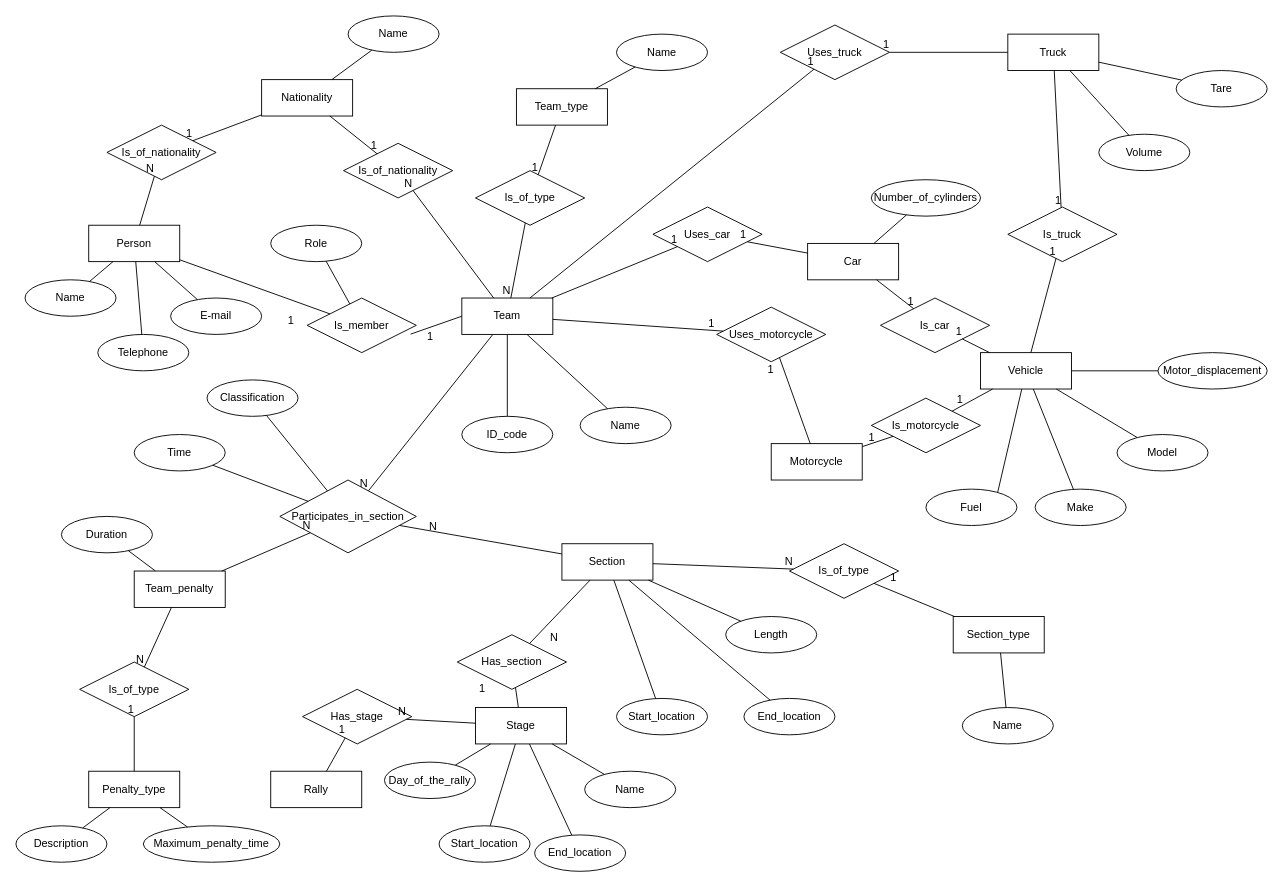
The draw.io diagram M1_ER_diagram.drawio in DanyKrk/ISEP_BDDAD_M1, before the edit. Source tidied: cells renumbered, new cells numbered last; positions are measured from the earlier drawing's top-left corner, leaving out a move shared by most shapes. Both pictures are drawn from the tidied source at 91%, with x=0, y=0 at pixel (15, 15).
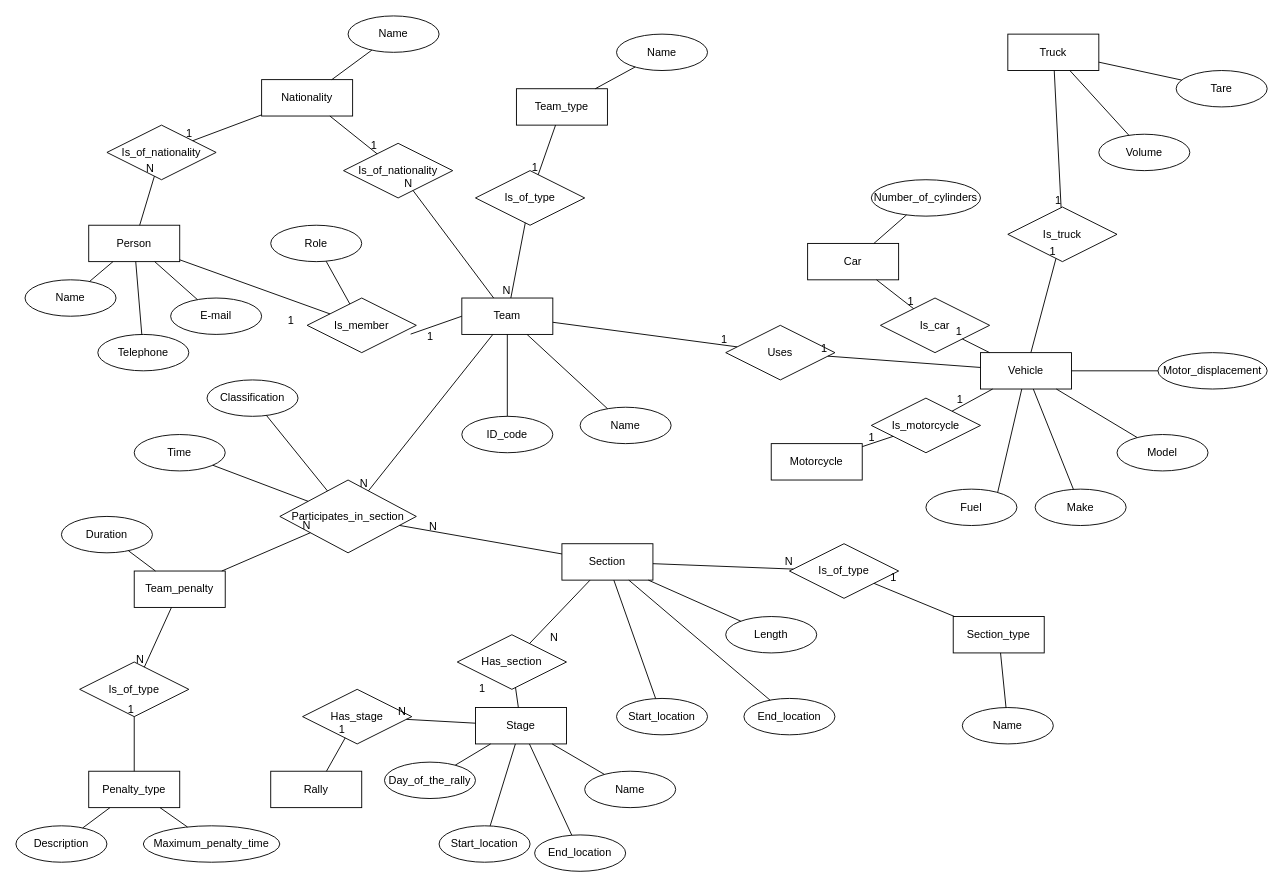
After the change.

Commit message:
Modify connection between team and vehicle

The change refers to these unchanged cells:
```xml
<mxCell id="2" value="Team" style="whiteSpace=wrap;html=1;align=center;" parent="1" vertex="1">
  <mxGeometry x="490" y="310" width="100" height="40" as="geometry" />
</mxCell>
<mxCell id="7" value="Vehicle" style="whiteSpace=wrap;html=1;align=center;" parent="1" vertex="1">
  <mxGeometry x="1060" y="370" width="100" height="40" as="geometry" />
</mxCell>
<mxCell id="16" value="Truck" style="whiteSpace=wrap;html=1;align=center;" parent="1" vertex="1">
  <mxGeometry x="1090" y="20" width="100" height="40" as="geometry" />
</mxCell>
<mxCell id="21" value="Car" style="whiteSpace=wrap;html=1;align=center;" parent="1" vertex="1">
  <mxGeometry x="870" y="250" width="100" height="40" as="geometry" />
</mxCell>
<mxCell id="44" value="Motorcycle" style="whiteSpace=wrap;html=1;align=center;" parent="1" vertex="1">
  <mxGeometry x="830" y="470" width="100" height="40" as="geometry" />
</mxCell>
```

What changed in the source:
```diff
@@
-    <mxCell id="50" value="Uses_motorcycle" style="shape=rhombus;perimeter=rhombusPerimeter;whiteSpace=wrap;html=1;align=center;" parent="1" vertex="1">
-      <mxGeometry x="770" y="320" width="120" height="60" as="geometry" />
-    </mxCell>
-    <mxCell id="51" style="endArrow=none;html=1;rounded=0;" parent="1" edge="1" source="44" target="50">
-      <mxGeometry relative="1" as="geometry" />
-    </mxCell>
-    <mxCell id="52" value="1" style="html=1;align=right;verticalAlign=bottom;" parent="51" vertex="1">
-      <mxGeometry x="1" relative="1" as="geometry">
-        <mxPoint x="-6" y="21" as="offset" />
-      </mxGeometry>
-    </mxCell>
-    <mxCell id="53" style="endArrow=none;html=1;rounded=0;" parent="1" edge="1" source="2" target="50">
+    <mxCell id="53" style="endArrow=none;html=1;rounded=0;" parent="1" edge="1" source="2" target="149">
       <mxGeometry relative="1" as="geometry" />
     </mxCell>
@@
-    <mxCell id="55" value="Uses_car" style="shape=rhombus;perimeter=rhombusPerimeter;whiteSpace=wrap;html=1;align=center;" parent="1" vertex="1">
-      <mxGeometry x="700" y="210" width="120" height="60" as="geometry" />
-    </mxCell>
-    <mxCell id="56" style="endArrow=none;html=1;rounded=0;" parent="1" edge="1" source="21" target="55">
-      <mxGeometry relative="1" as="geometry" />
-    </mxCell>
-    <mxCell id="57" value="1" style="html=1;align=right;verticalAlign=bottom;" parent="56" vertex="1">
-      <mxGeometry x="1" relative="1" as="geometry" />
-    </mxCell>
-    <mxCell id="58" style="endArrow=none;html=1;rounded=0;" parent="1" edge="1" source="2" target="55">
-      <mxGeometry relative="1" as="geometry" />
-    </mxCell>
-    <mxCell id="59" value="1" style="html=1;align=right;verticalAlign=bottom;" parent="58" vertex="1">
-      <mxGeometry x="1" relative="1" as="geometry" />
-    </mxCell>
-    <mxCell id="60" value="Uses_truck" style="shape=rhombus;perimeter=rhombusPerimeter;whiteSpace=wrap;html=1;align=center;" parent="1" vertex="1">
-      <mxGeometry x="840" y="10" width="120" height="60" as="geometry" />
-    </mxCell>
-    <mxCell id="61" style="endArrow=none;html=1;rounded=0;" parent="1" edge="1" source="16" target="60">
-      <mxGeometry relative="1" as="geometry" />
-    </mxCell>
-    <mxCell id="62" value="1" style="html=1;align=right;verticalAlign=bottom;" parent="61" vertex="1">
-      <mxGeometry x="1" relative="1" as="geometry" />
-    </mxCell>
-    <mxCell id="63" style="endArrow=none;html=1;rounded=0;" parent="1" edge="1" source="2" target="60">
-      <mxGeometry relative="1" as="geometry" />
-    </mxCell>
-    <mxCell id="64" value="1" style="html=1;align=right;verticalAlign=bottom;" parent="63" vertex="1">
-      <mxGeometry x="1" relative="1" as="geometry" />
-    </mxCell>
@@
+    <mxCell id="149" value="Uses" style="shape=rhombus;perimeter=rhombusPerimeter;whiteSpace=wrap;html=1;align=center;" parent="1" vertex="1">
+      <mxGeometry x="780" y="340" width="120" height="60" as="geometry" />
+    </mxCell>
@@
+    <mxCell id="150" style="endArrow=none;html=1;rounded=0;" parent="1" edge="1" source="7" target="149">
+      <mxGeometry relative="1" as="geometry" />
+    </mxCell>
+    <mxCell id="151" value="1" style="html=1;align=right;verticalAlign=bottom;" parent="150" vertex="1">
+      <mxGeometry x="1" relative="1" as="geometry" />
+    </mxCell>
```
